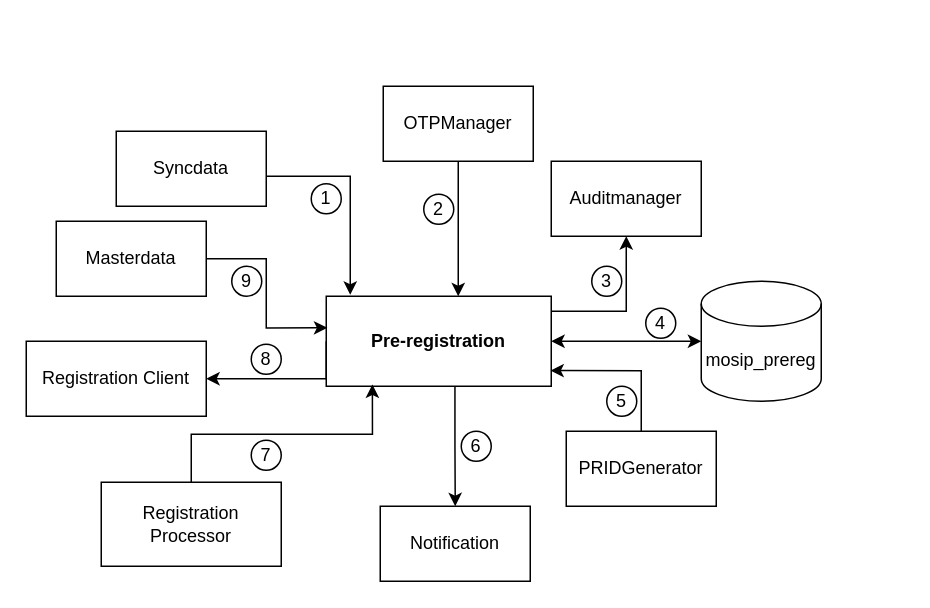
This is docs/_images/pre-reg-entity.drawio from mosip/documentation, a draw.io file, before an edit. Source tidied: cells renumbered, new cells numbered last; positions are measured from the earlier drawing's top-left corner, leaving out a move shared by most shapes. Both pictures are drawn from the tidied source at 150%, with x=0, y=0 at pixel (26, 86). Pictures stored in the file or linked from it are replaced by grey dashed boxes.
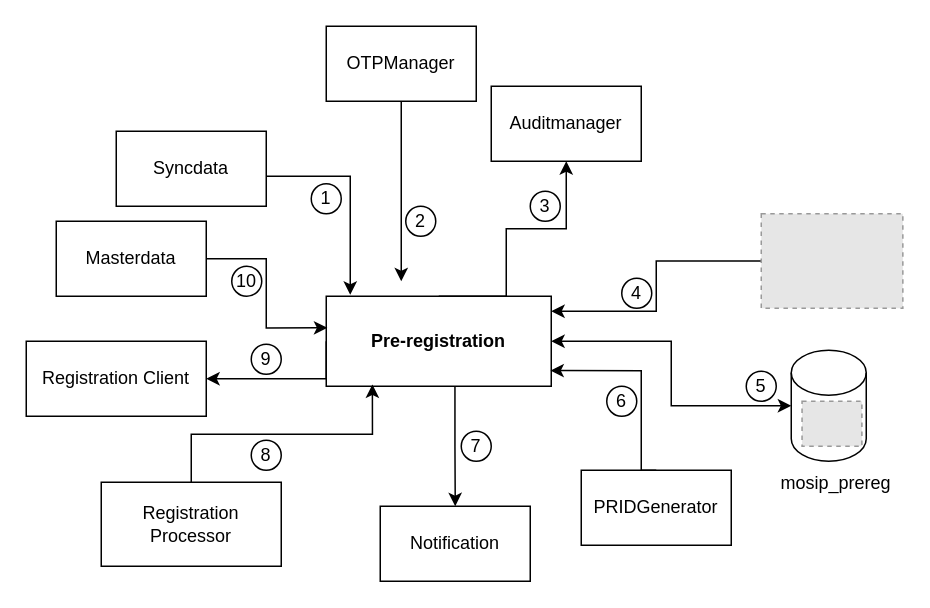
The same diagram, later.

Unchanged cells that the change refers to:
```xml
<mxCell id="6" value="&lt;b&gt;Pre-registration&lt;/b&gt;" style="rounded=0;whiteSpace=wrap;html=1;" parent="1" vertex="1">
  <mxGeometry x="200" y="140" width="150" height="60" as="geometry" />
</mxCell>
```

Change to the diagram source:
```diff
@@
-    <mxCell id="3" style="edgeStyle=orthogonalEdgeStyle;rounded=0;jettySize=auto;html=1;exitX=1;exitY=0.5;exitDx=0;exitDy=0;entryX=0.5;entryY=1;entryDx=0;entryDy=0;" parent="1" edge="1" source="6" target="17">
-      <mxGeometry relative="1" as="geometry">
-        <Array as="points">
-          <mxPoint x="320" y="150" />
-          <mxPoint x="400" y="150" />
-        </Array>
-      </mxGeometry>
-    </mxCell>
@@
+    <mxCell id="3" style="edgeStyle=orthogonalEdgeStyle;rounded=0;jettySize=auto;html=1;exitX=0.5;exitY=0;exitDx=0;exitDy=0;entryX=0.5;entryY=1;entryDx=0;entryDy=0;startArrow=none;startFill=0;" parent="1" edge="1" source="6" target="17">
+      <mxGeometry relative="1" as="geometry">
+        <Array as="points">
+          <mxPoint x="320" y="140" />
+          <mxPoint x="320" y="95" />
+          <mxPoint x="360" y="95" />
+        </Array>
+      </mxGeometry>
+    </mxCell>
@@
-    <mxCell id="7" value="mosip_prereg" style="shape=cylinder3;whiteSpace=wrap;html=1;boundedLbl=1;backgroundOutline=1;size=15;" parent="1" vertex="1">
-      <mxGeometry x="450" y="130" width="80" height="80" as="geometry" />
-    </mxCell>
     <mxCell id="8" style="edgeStyle=orthogonalEdgeStyle;rounded=0;jettySize=auto;html=1;exitX=0.5;exitY=1;exitDx=0;exitDy=0;" parent="1" edge="1" source="9">
       <mxGeometry relative="1" as="geometry">
-        <mxPoint x="288" y="140" as="targetPoint" />
+        <mxPoint x="250" y="130" as="targetPoint" />
       </mxGeometry>
     </mxCell>
     <mxCell id="9" value="OTPManager" style="rounded=0;whiteSpace=wrap;html=1;" parent="1" vertex="1">
-      <mxGeometry x="238" width="100" height="50" as="geometry" />
+      <mxGeometry x="200" y="-40" width="100" height="50" as="geometry" />
     </mxCell>
@@
     <mxCell id="16" value="PRIDGenerator" style="rounded=0;whiteSpace=wrap;html=1;" parent="1" vertex="1">
-      <mxGeometry x="360" y="230" width="100" height="50" as="geometry" />
+      <mxGeometry x="370" y="256" width="100" height="50" as="geometry" />
     </mxCell>
     <mxCell id="17" value="Auditmanager" style="rounded=0;whiteSpace=wrap;html=1;" parent="1" vertex="1">
-      <mxGeometry x="350" y="50" width="100" height="50" as="geometry" />
+      <mxGeometry x="310" width="100" height="50" as="geometry" />
     </mxCell>
@@
     <mxCell id="22" value="2" style="ellipse;whiteSpace=wrap;html=1;" parent="1" vertex="1">
-      <mxGeometry x="265" y="72" width="20" height="20" as="geometry" />
+      <mxGeometry x="253" y="80" width="20" height="20" as="geometry" />
     </mxCell>
     <mxCell id="23" value="3" style="ellipse;whiteSpace=wrap;html=1;" parent="1" vertex="1">
-      <mxGeometry x="377" y="120" width="20" height="20" as="geometry" />
+      <mxGeometry x="336" y="70" width="20" height="20" as="geometry" />
     </mxCell>
-    <mxCell id="24" value="4" style="ellipse;whiteSpace=wrap;html=1;" parent="1" vertex="1">
-      <mxGeometry x="413" y="148" width="20" height="20" as="geometry" />
+    <mxCell id="24" value="5" style="ellipse;whiteSpace=wrap;html=1;" parent="1" vertex="1">
+      <mxGeometry x="480" y="190" width="20" height="20" as="geometry" />
     </mxCell>
-    <mxCell id="25" value="5" style="ellipse;whiteSpace=wrap;html=1;" parent="1" vertex="1">
+    <mxCell id="25" value="6" style="ellipse;whiteSpace=wrap;html=1;" parent="1" vertex="1">
       <mxGeometry x="387" y="200" width="20" height="20" as="geometry" />
     </mxCell>
-    <mxCell id="26" value="6" style="ellipse;whiteSpace=wrap;html=1;" parent="1" vertex="1">
+    <mxCell id="26" value="7" style="ellipse;whiteSpace=wrap;html=1;" parent="1" vertex="1">
       <mxGeometry x="290" y="230" width="20" height="20" as="geometry" />
     </mxCell>
-    <mxCell id="27" value="7" style="ellipse;whiteSpace=wrap;html=1;" parent="1" vertex="1">
+    <mxCell id="27" value="8" style="ellipse;whiteSpace=wrap;html=1;" parent="1" vertex="1">
       <mxGeometry x="150" y="236" width="20" height="20" as="geometry" />
     </mxCell>
-    <mxCell id="28" value="8" style="ellipse;whiteSpace=wrap;html=1;" parent="1" vertex="1">
+    <mxCell id="28" value="9" style="ellipse;whiteSpace=wrap;html=1;" parent="1" vertex="1">
       <mxGeometry x="150" y="172" width="20" height="20" as="geometry" />
     </mxCell>
-    <mxCell id="29" value="9" style="ellipse;whiteSpace=wrap;html=1;" parent="1" vertex="1">
+    <mxCell id="29" value="10" style="ellipse;whiteSpace=wrap;html=1;" parent="1" vertex="1">
       <mxGeometry x="137" y="120" width="20" height="20" as="geometry" />
     </mxCell>
+    <mxCell id="30" style="edgeStyle=orthogonalEdgeStyle;rounded=0;jettySize=auto;html=1;startArrow=none;startFill=0;" parent="1" edge="1" source="31" target="6">
+      <mxGeometry relative="1" as="geometry">
+        <Array as="points">
+          <mxPoint x="420" y="116" />
+          <mxPoint x="420" y="150" />
+        </Array>
+      </mxGeometry>
+    </mxCell>
+    <mxCell id="31" style="fillColor=#E6E6E6;strokeColor=#999999;dashed=1;verticalLabelPosition=bottom;labelBackgroundColor=default;verticalAlign=top;" parent="1" vertex="1">
+      <mxGeometry x="490" y="85" width="94.4" height="63" as="geometry" />
+    </mxCell>
+    <mxCell id="32" style="group;" parent="1" vertex="1">
+      <mxGeometry x="510" y="176" width="60" height="104" as="geometry" />
+    </mxCell>
+    <mxCell id="7" style="shape=cylinder3;whiteSpace=wrap;html=1;boundedLbl=1;backgroundOutline=1;size=15;" parent="32" vertex="1">
+      <mxGeometry width="50" height="74" as="geometry" />
+    </mxCell>
+    <mxCell id="33" style="fillColor=#E6E6E6;strokeColor=#999999;dashed=1;verticalLabelPosition=bottom;labelBackgroundColor=default;verticalAlign=top;" parent="32" vertex="1">
+      <mxGeometry x="7.2" y="34" width="39.9" height="30" as="geometry" />
+    </mxCell>
+    <mxCell id="34" value="mosip_prereg" style="text;html=1;strokeColor=none;fillColor=none;align=center;verticalAlign=middle;whiteSpace=wrap;rounded=0;" parent="32" vertex="1">
+      <mxGeometry y="74" width="60" height="30" as="geometry" />
+    </mxCell>
+    <mxCell id="35" value="4" style="ellipse;whiteSpace=wrap;html=1;" parent="1" vertex="1">
+      <mxGeometry x="397" y="128" width="20" height="20" as="geometry" />
+    </mxCell>
```
